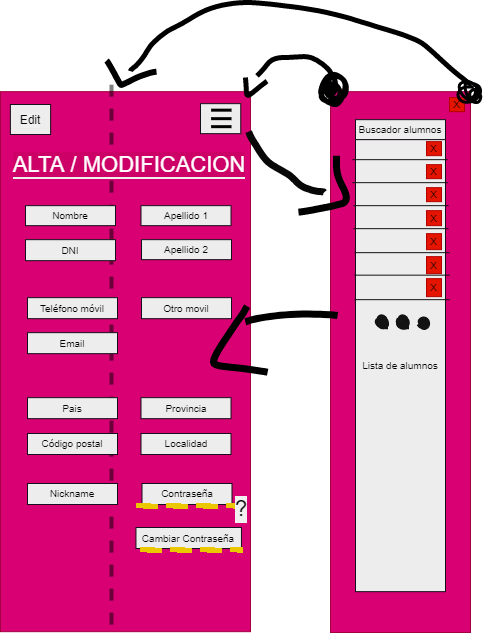
Before: mockup/app.png, a diagram exported from draw.io (OsmanMehmed/Student-Management-App). Source tidied: cells renumbered, new cells last; positions are measured from the earlier drawing's top-left corner, leaving out a move shared by most shapes.
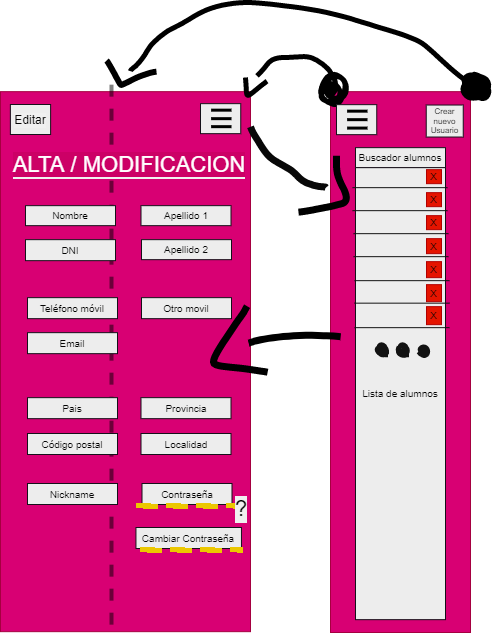
Above is the later version.

What changed in the source:
```diff
@@ -15,76 +15,73 @@
       <mxGeometry x="298" y="153.2" width="47.9" height="56.5" as="geometry" />
     </mxCell>
     <mxCell id="6" style="shape=(stored shape, 404 characters);fillColor=none;strokeColor=#000000;strokeWidth=7;" parent="1" vertex="1">
-      <mxGeometry x="244.9" y="311.6" width="92" height="7.7" as="geometry" />
+      <mxGeometry x="248.1" y="332.9" width="92" height="7.7" as="geometry" />
     </mxCell>
     <mxCell id="7" style="shape=(stored shape, 492 characters);fillColor=none;strokeColor=#000000;strokeWidth=7;" parent="1" vertex="1">
       <mxGeometry x="213" y="303.7" width="54.1" height="66" as="geometry" />
     </mxCell>
     <mxCell id="8" value="&lt;font color=&quot;#030303&quot;&gt;Buscador alumnos&lt;/font&gt;" style="rounded=0;whiteSpace=wrap;html=1;fontSize=10;strokeColor=#151019;fillColor=#EDEDED;" parent="1" vertex="1">
-      <mxGeometry x="355" y="117.2" width="90" height="20" as="geometry" />
+      <mxGeometry x="355" y="145.2" width="90" height="20" as="geometry" />
     </mxCell>
     <mxCell id="9" value="&lt;font color=&quot;#030303&quot;&gt;Lista de alumnos&lt;/font&gt;" style="rounded=0;whiteSpace=wrap;html=1;fontSize=10;strokeColor=#151019;fillColor=#EDEDED;" parent="1" vertex="1">
-      <mxGeometry x="355" y="137.2" width="90" height="452" as="geometry" />
+      <mxGeometry x="355" y="165.2" width="90" height="452" as="geometry" />
     </mxCell>
-    <mxCell id="10" value="&lt;font color=&quot;#030303&quot;&gt;X&lt;/font&gt;" style="rounded=0;whiteSpace=wrap;html=1;fontSize=10;strokeColor=#B20000;fillColor=#e51400;fontColor=#ffffff;" parent="1" vertex="1">
-      <mxGeometry x="449" y="95.2" width="15" height="14" as="geometry" />
-    </mxCell>
     <mxCell id="11" style="shape=(stored shape, 764 characters);fillColor=none;labelBackgroundColor=#F0F0F0;fontColor=#030303;strokeColor=#080808;strokeWidth=7;" parent="1" vertex="1">
-      <mxGeometry x="248.1" y="129.2" width="75.5" height="60.8" as="geometry" />
+      <mxGeometry x="250" y="124.3" width="75.5" height="60.8" as="geometry" />
     </mxCell>
     <mxCell id="12" style="line;strokeWidth=1;html=1;perimeter=backbonePerimeter;labelBackgroundColor=#F0F0F0;fontColor=#030303;fillColor=#000000;gradientColor=#1F1F1F;strokeColor=#121212;" parent="1" vertex="1">
-      <mxGeometry x="352" y="152.2" width="95" height="10" as="geometry" />
+      <mxGeometry x="352" y="180.2" width="95" height="10" as="geometry" />
     </mxCell>
     <mxCell id="13" style="line;strokeWidth=1;html=1;perimeter=backbonePerimeter;labelBackgroundColor=#F0F0F0;fontColor=#030303;fillColor=#000000;gradientColor=#1F1F1F;strokeColor=#121212;" parent="1" vertex="1">
-      <mxGeometry x="352" y="175.2" width="95" height="10" as="geometry" />
+      <mxGeometry x="352" y="203.2" width="95" height="10" as="geometry" />
     </mxCell>
     <mxCell id="14" style="line;strokeWidth=1;html=1;perimeter=backbonePerimeter;labelBackgroundColor=#F0F0F0;fontColor=#030303;fillColor=#000000;gradientColor=#1F1F1F;strokeColor=#121212;" parent="1" vertex="1">
-      <mxGeometry x="353" y="198.2" width="95" height="10" as="geometry" />
+      <mxGeometry x="353" y="226.2" width="95" height="10" as="geometry" />
     </mxCell>
     <mxCell id="15" style="line;strokeWidth=1;html=1;perimeter=backbonePerimeter;labelBackgroundColor=#F0F0F0;fontColor=#030303;fillColor=#000000;gradientColor=#1F1F1F;strokeColor=#121212;" parent="1" vertex="1">
-      <mxGeometry x="353" y="221.2" width="95" height="10" as="geometry" />
+      <mxGeometry x="353" y="249.2" width="95" height="10" as="geometry" />
     </mxCell>
     <mxCell id="16" style="line;strokeWidth=1;html=1;perimeter=backbonePerimeter;labelBackgroundColor=#F0F0F0;fontColor=#030303;fillColor=#000000;gradientColor=#1F1F1F;strokeColor=#121212;" parent="1" vertex="1">
-      <mxGeometry x="354" y="245.2" width="95" height="10" as="geometry" />
+      <mxGeometry x="354" y="273.2" width="95" height="10" as="geometry" />
     </mxCell>
     <mxCell id="17" style="line;strokeWidth=1;html=1;perimeter=backbonePerimeter;labelBackgroundColor=#F0F0F0;fontColor=#030303;fillColor=#000000;gradientColor=#1F1F1F;strokeColor=#121212;" parent="1" vertex="1">
-      <mxGeometry x="354" y="267.2" width="95" height="11" as="geometry" />
+      <mxGeometry x="354" y="295.2" width="95" height="11" as="geometry" />
     </mxCell>
     <mxCell id="18" style="line;strokeWidth=1;html=1;perimeter=backbonePerimeter;labelBackgroundColor=#F0F0F0;fontColor=#030303;fillColor=#000000;gradientColor=#1F1F1F;strokeColor=#121212;" parent="1" vertex="1">
-      <mxGeometry x="354" y="291.2" width="95" height="12" as="geometry" />
+      <mxGeometry x="354" y="319.2" width="95" height="12" as="geometry" />
     </mxCell>
     <mxCell id="19" style="shape=(stored shape, 488 characters);fillColor=none;labelBackgroundColor=#F0F0F0;fontColor=#030303;strokeColor=#121212;strokeWidth=4;" parent="1" vertex="1">
-      <mxGeometry x="377.8" y="318.4" width="8.8" height="6.4" as="geometry" />
+      <mxGeometry x="377.8" y="346.4" width="8.8" height="6.4" as="geometry" />
     </mxCell>
     <mxCell id="20" style="shape=(stored shape, 440 characters);fillColor=none;labelBackgroundColor=#F0F0F0;fontColor=#030303;strokeColor=#121212;strokeWidth=7;" parent="1" vertex="1">
-      <mxGeometry x="418.7" y="317.6" width="7.4" height="6.3" as="geometry" />
+      <mxGeometry x="418.7" y="345.6" width="7.4" height="6.3" as="geometry" />
     </mxCell>
     <mxCell id="21" style="shape=(stored shape, 552 characters);fillColor=none;labelBackgroundColor=#F0F0F0;fontColor=#030303;strokeColor=#121212;strokeWidth=3;" parent="1" vertex="1">
-      <mxGeometry x="397" y="315.3" width="10.1" height="10.5" as="geometry" />
+      <mxGeometry x="397" y="343.3" width="10.1" height="10.5" as="geometry" />
     </mxCell>
     <mxCell id="22" value="&lt;font color=&quot;#030303&quot;&gt;X&lt;/font&gt;" style="rounded=0;whiteSpace=wrap;html=1;fontSize=10;strokeColor=#B20000;fillColor=#e51400;fontColor=#ffffff;" parent="1" vertex="1">
-      <mxGeometry x="426" y="139.2" width="15" height="14" as="geometry" />
+      <mxGeometry x="426" y="167.2" width="15" height="14" as="geometry" />
     </mxCell>
     <mxCell id="23" style="shape=(stored shape, 1152 characters);fillColor=none;labelBackgroundColor=#F0F0F0;fontColor=#030303;strokeColor=#121212;strokeWidth=3;" parent="1" vertex="1">
-      <mxGeometry x="396.8" y="313.3" width="10.9" height="13.3" as="geometry" />
+      <mxGeometry x="396.8" y="341.3" width="10.9" height="13.3" as="geometry" />
     </mxCell>
     <mxCell id="24" style="shape=(stored shape, 1152 characters);fillColor=none;labelBackgroundColor=#F0F0F0;fontColor=#030303;strokeColor=#121212;strokeWidth=3;" parent="1" vertex="1">
-      <mxGeometry x="375.8" y="313.3" width="10.9" height="13.3" as="geometry" />
+      <mxGeometry x="375.8" y="341.3" width="10.9" height="13.3" as="geometry" />
     </mxCell>
     <mxCell id="25" value="&lt;font color=&quot;#030303&quot;&gt;X&lt;/font&gt;" style="rounded=0;whiteSpace=wrap;html=1;fontSize=10;strokeColor=#B20000;fillColor=#e51400;fontColor=#ffffff;" parent="1" vertex="1">
-      <mxGeometry x="426" y="162.2" width="15" height="14" as="geometry" />
+      <mxGeometry x="426" y="190.2" width="15" height="14" as="geometry" />
     </mxCell>
     <mxCell id="26" value="&lt;font color=&quot;#030303&quot;&gt;X&lt;/font&gt;" style="rounded=0;whiteSpace=wrap;html=1;fontSize=10;strokeColor=#B20000;fillColor=#e51400;fontColor=#ffffff;" parent="1" vertex="1">
-      <mxGeometry x="426" y="185.2" width="15" height="14" as="geometry" />
+      <mxGeometry x="426" y="213.2" width="15" height="14" as="geometry" />
     </mxCell>
     <mxCell id="27" value="&lt;font color=&quot;#030303&quot;&gt;X&lt;/font&gt;" style="rounded=0;whiteSpace=wrap;html=1;fontSize=10;strokeColor=#B20000;fillColor=#e51400;fontColor=#ffffff;" parent="1" vertex="1">
-      <mxGeometry x="426" y="208.2" width="15" height="15" as="geometry" />
+      <mxGeometry x="426" y="236.2" width="15" height="15" as="geometry" />
     </mxCell>
     <mxCell id="28" value="&lt;font color=&quot;#030303&quot;&gt;X&lt;/font&gt;" style="rounded=0;whiteSpace=wrap;html=1;fontSize=10;strokeColor=#B20000;fillColor=#e51400;fontColor=#ffffff;" parent="1" vertex="1">
-      <mxGeometry x="426" y="231.2" width="15" height="16" as="geometry" />
+      <mxGeometry x="426" y="259.2" width="15" height="16" as="geometry" />
     </mxCell>
     <mxCell id="29" value="&lt;font color=&quot;#030303&quot;&gt;X&lt;/font&gt;" style="rounded=0;whiteSpace=wrap;html=1;fontSize=10;strokeColor=#B20000;fillColor=#e51400;fontColor=#ffffff;" parent="1" vertex="1">
-      <mxGeometry x="426" y="254.2" width="15" height="17" as="geometry" />
+      <mxGeometry x="426" y="282.2" width="15" height="17" as="geometry" />
     </mxCell>
     <mxCell id="30" style="line;strokeWidth=3;html=1;perimeter=backbonePerimeter;labelBackgroundColor=#F0F0F0;fontColor=#030303;fillColor=#000000;gradientColor=#1F1F1F;strokeColor=#000000;" parent="1" vertex="1">
       <mxGeometry x="210.6" y="111.2" width="20.4" height="10" as="geometry" />
@@ -93,7 +90,7 @@
       <mxGeometry x="210.6" y="104.2" width="20.4" height="7" as="geometry" />
     </mxCell>
     <mxCell id="32" value="&lt;font color=&quot;#030303&quot;&gt;X&lt;/font&gt;" style="rounded=0;whiteSpace=wrap;html=1;fontSize=10;strokeColor=#B20000;fillColor=#e51400;fontColor=#ffffff;" parent="1" vertex="1">
-      <mxGeometry x="426" y="276.2" width="15" height="18" as="geometry" />
+      <mxGeometry x="426" y="304.2" width="15" height="18" as="geometry" />
     </mxCell>
     <mxCell id="33" style="line;strokeWidth=3;html=1;perimeter=backbonePerimeter;labelBackgroundColor=#F0F0F0;fontColor=#030303;fillColor=#000000;gradientColor=#1F1F1F;strokeColor=#000000;" parent="1" vertex="1">
       <mxGeometry x="210.6" y="119.2" width="20.4" height="10" as="geometry" />
@@ -116,8 +113,8 @@
     <mxCell id="39" style="shape=(stored shape, 2000 characters);fillColor=none;labelBackgroundColor=#F0F0F0;fontColor=#030303;strokeColor=#000000;strokeWidth=5;" parent="1" vertex="1">
       <mxGeometry x="256.5" y="54.1" width="89.3" height="48" as="geometry" />
     </mxCell>
-    <mxCell id="40" style="shape=(stored shape, 1040 characters);fillColor=none;labelBackgroundColor=#F0F0F0;fontColor=#030303;strokeColor=#000000;strokeWidth=3;" parent="1" vertex="1">
-      <mxGeometry x="457.4" y="78.9" width="22.8" height="21.1" as="geometry" />
+    <mxCell id="40" style="shape=(stored shape, 1040 characters);fillColor=none;labelBackgroundColor=#F0F0F0;fontColor=#030303;strokeColor=#000000;strokeWidth=8;" parent="1" vertex="1">
+      <mxGeometry x="464" y="73.4" width="22.8" height="21.1" as="geometry" />
     </mxCell>
     <mxCell id="41" value="&lt;font color=&quot;#030303&quot;&gt;Apellido 1&lt;/font&gt;" style="rounded=0;whiteSpace=wrap;html=1;fontSize=10;strokeColor=#151019;fillColor=#EDEDED;" parent="1" vertex="1">
       <mxGeometry x="140.5" y="203.2" width="90" height="20" as="geometry" />
@@ -158,7 +155,7 @@
     <mxCell id="53" style="rounded=0;whiteSpace=wrap;html=1;fontSize=10;strokeColor=#151019;fillColor=#EDEDED;" parent="1" vertex="1">
       <mxGeometry x="9.9" y="102" width="40.2" height="30" as="geometry" />
     </mxCell>
-    <mxCell id="54" value="Edit" style="text;html=1;strokeColor=none;fillColor=none;align=center;verticalAlign=middle;whiteSpace=wrap;rounded=0;dashed=1;labelBackgroundColor=#F0F0F0;fontColor=#030303;opacity=50;" parent="1" vertex="1">
+    <mxCell id="54" value="Editar" style="text;html=1;strokeColor=none;fillColor=none;align=center;verticalAlign=middle;whiteSpace=wrap;rounded=0;dashed=1;labelBackgroundColor=#F0F0F0;fontColor=#030303;opacity=50;" parent="1" vertex="1">
       <mxGeometry y="103" width="60" height="30" as="geometry" />
     </mxCell>
     <mxCell id="55" style="rounded=0;whiteSpace=wrap;html=1;dashed=1;labelBackgroundColor=#F0F0F0;fontColor=#000000;strokeColor=#EBC700;strokeWidth=5;fillColor=none;" parent="1" vertex="1">
@@ -176,5 +173,20 @@
     <mxCell id="59" value="&lt;span style=&quot;background-color: rgb(204 , 0 , 102)&quot;&gt;ALTA / MODIFICACION&lt;/span&gt;" style="text;html=1;strokeColor=#3700CC;fillColor=none;align=center;verticalAlign=middle;whiteSpace=wrap;rounded=0;dashed=1;labelBackgroundColor=#F0F0F0;fontSize=22;fontColor=#ffffff;opacity=0;" parent="1" vertex="1">
       <mxGeometry x="9.9" y="162.2" width="238.2" as="geometry" />
     </mxCell>
+    <mxCell id="60" value="&lt;font color=&quot;#030303&quot; style=&quot;font-size: 8px;&quot;&gt;Crear nuevo Usuario&lt;/font&gt;" style="rounded=0;whiteSpace=wrap;html=1;fontSize=8;strokeColor=#151019;fillColor=#EDEDED;" parent="1" vertex="1">
+      <mxGeometry x="425.7" y="102.5" width="37" height="32" as="geometry" />
+    </mxCell>
+    <mxCell id="61" style="rounded=0;whiteSpace=wrap;html=1;fontSize=10;strokeColor=#151019;fillColor=#EDEDED;" parent="1" vertex="1">
+      <mxGeometry x="336" y="102.2" width="40.2" height="30" as="geometry" />
+    </mxCell>
+    <mxCell id="62" style="line;strokeWidth=3;html=1;perimeter=backbonePerimeter;labelBackgroundColor=#F0F0F0;fontColor=#030303;fillColor=#000000;gradientColor=#1F1F1F;strokeColor=#000000;" parent="1" vertex="1">
+      <mxGeometry x="346.6" y="112.2" width="20.4" height="10" as="geometry" />
+    </mxCell>
+    <mxCell id="63" style="line;strokeWidth=3;html=1;perimeter=backbonePerimeter;labelBackgroundColor=#F0F0F0;fontColor=#030303;fillColor=#000000;gradientColor=#1F1F1F;strokeColor=#000000;" parent="1" vertex="1">
+      <mxGeometry x="346.6" y="105.2" width="20.4" height="7" as="geometry" />
+    </mxCell>
+    <mxCell id="64" style="line;strokeWidth=3;html=1;perimeter=backbonePerimeter;labelBackgroundColor=#F0F0F0;fontColor=#030303;fillColor=#000000;gradientColor=#1F1F1F;strokeColor=#000000;" parent="1" vertex="1">
+      <mxGeometry x="346.6" y="121" width="20.4" height="9.2" as="geometry" />
+    </mxCell>
   </root>
 </mxGraphModel>
```
